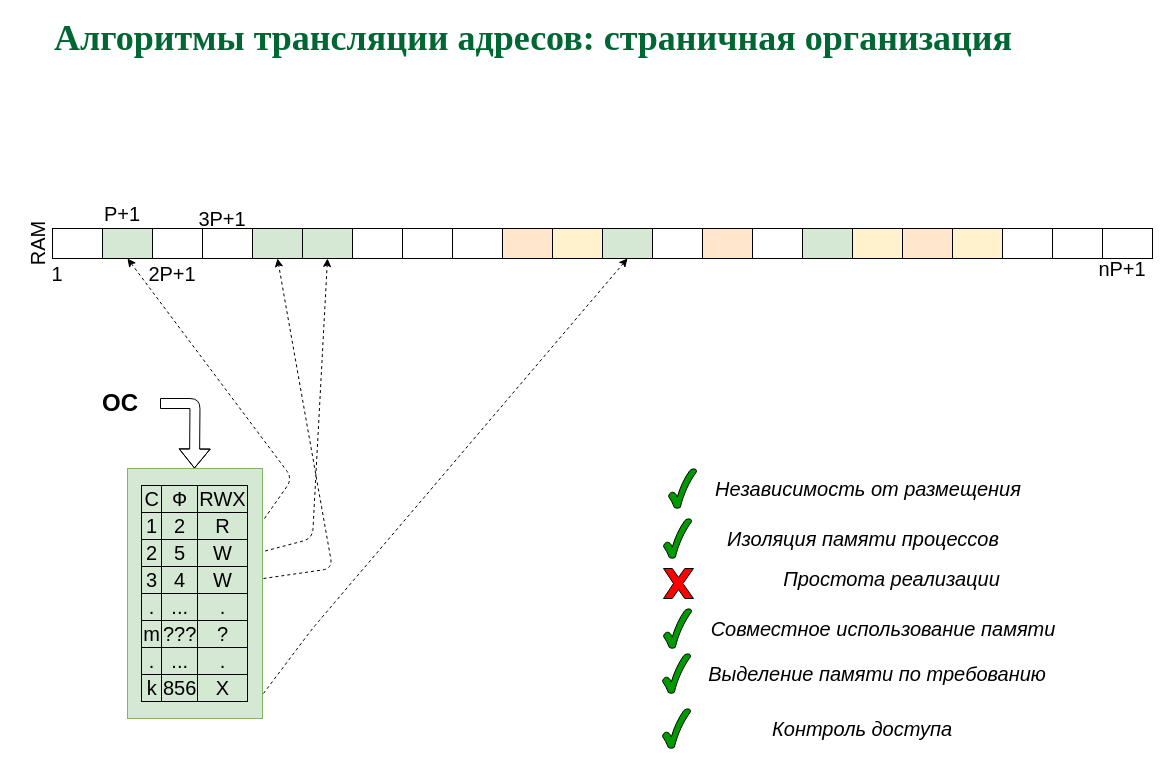
77maxikov/os_course keeps this draw.io diagram as page "P34" (34 of 35) of slides/memmgt.drawio. Above is the earlier version. Source tidied: cells renumbered, new cells numbered last; positions are measured from the earlier drawing's top-left corner, leaving out a move shared by most shapes. Both pictures are drawn from the tidied source at 100%, with x=0, y=0 at pixel (12, 28).
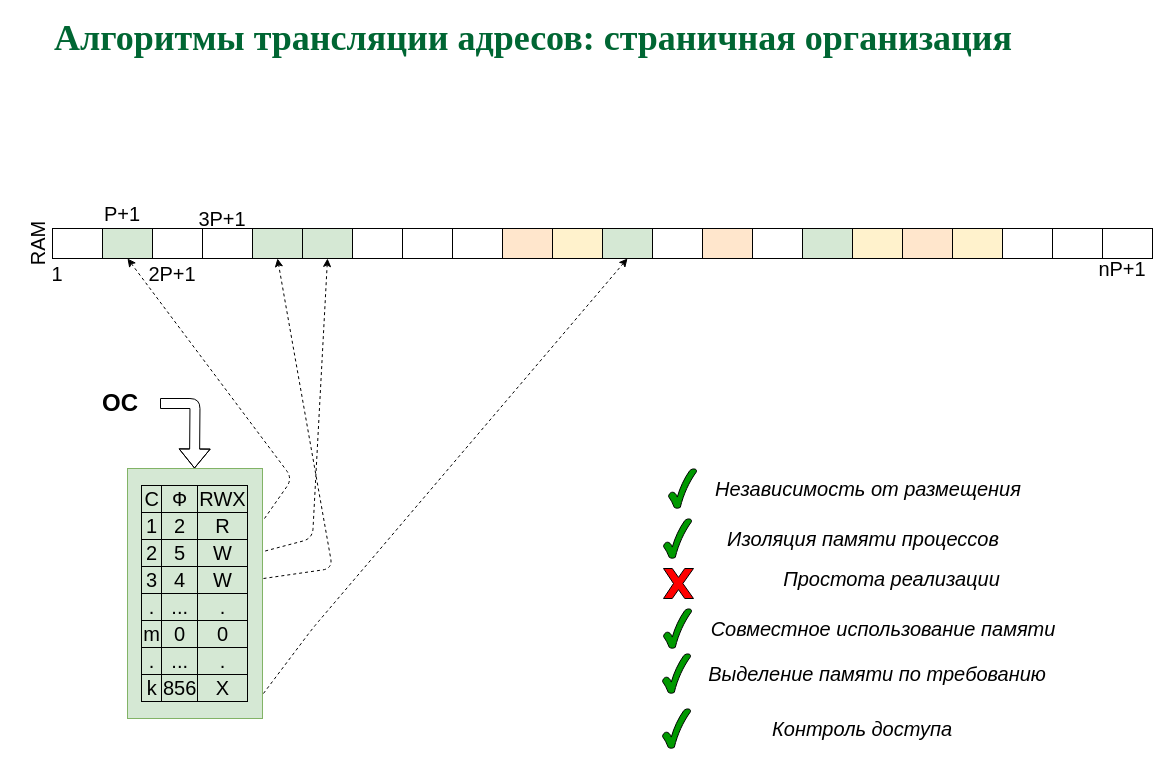
After the change.

Diff of the diagram source:
```diff
@@
-    <mxCell id="30" value="&lt;table border=&quot;1&quot; style=&quot;border: 1px solid rgb(0 , 0 , 0) ; border-collapse: collapse ; font-size: 20px&quot;&gt;&lt;tbody&gt;&lt;tr&gt;&lt;td&gt;&lt;font style=&quot;font-size: 20px&quot;&gt;С&lt;/font&gt;&lt;/td&gt;&lt;td&gt;Ф&lt;/td&gt;&lt;td&gt;RWX&lt;/td&gt;&lt;/tr&gt;&lt;tr&gt;&lt;td style=&quot;border-collapse: collapse&quot;&gt;&lt;font style=&quot;font-size: 20px&quot;&gt;1&lt;/font&gt;&lt;/td&gt;&lt;td&gt;&lt;font style=&quot;font-size: 20px&quot;&gt;2&lt;/font&gt;&lt;/td&gt;&lt;td&gt;R&lt;/td&gt;&lt;/tr&gt;&lt;tr&gt;&lt;td&gt;&lt;font style=&quot;font-size: 20px&quot;&gt;2&lt;/font&gt;&lt;/td&gt;&lt;td&gt;5&lt;/td&gt;&lt;td&gt;W&lt;/td&gt;&lt;/tr&gt;&lt;tr&gt;&lt;td&gt;3&lt;/td&gt;&lt;td&gt;4&lt;/td&gt;&lt;td&gt;W&lt;/td&gt;&lt;/tr&gt;&lt;tr&gt;&lt;td&gt;.&lt;/td&gt;&lt;td&gt;...&lt;/td&gt;&lt;td&gt;.&lt;/td&gt;&lt;/tr&gt;&lt;tr&gt;&lt;td&gt;m&lt;/td&gt;&lt;td&gt;???&lt;/td&gt;&lt;td&gt;?&lt;/td&gt;&lt;/tr&gt;&lt;tr&gt;&lt;td&gt;.&lt;/td&gt;&lt;td&gt;...&lt;/td&gt;&lt;td&gt;.&lt;/td&gt;&lt;/tr&gt;&lt;tr&gt;&lt;td&gt;k&lt;/td&gt;&lt;td&gt;&lt;font style=&quot;font-size: 20px&quot;&gt;856&lt;/font&gt;&lt;/td&gt;&lt;td&gt;X&lt;br&gt;&lt;/td&gt;&lt;/tr&gt;&lt;/tbody&gt;&lt;/table&gt;" style="text;html=1;strokeColor=#82b366;fillColor=#D5E8D4;align=center;verticalAlign=middle;whiteSpace=wrap;rounded=0;" parent="1" vertex="1">
+    <mxCell id="30" value="&lt;table border=&quot;1&quot; style=&quot;border: 1px solid rgb(0 , 0 , 0) ; border-collapse: collapse ; font-size: 20px&quot;&gt;&lt;tbody&gt;&lt;tr&gt;&lt;td&gt;&lt;font style=&quot;font-size: 20px&quot;&gt;С&lt;/font&gt;&lt;/td&gt;&lt;td&gt;Ф&lt;/td&gt;&lt;td&gt;RWX&lt;/td&gt;&lt;/tr&gt;&lt;tr&gt;&lt;td style=&quot;border-collapse: collapse&quot;&gt;&lt;font style=&quot;font-size: 20px&quot;&gt;1&lt;/font&gt;&lt;/td&gt;&lt;td&gt;&lt;font style=&quot;font-size: 20px&quot;&gt;2&lt;/font&gt;&lt;/td&gt;&lt;td&gt;R&lt;/td&gt;&lt;/tr&gt;&lt;tr&gt;&lt;td&gt;&lt;font style=&quot;font-size: 20px&quot;&gt;2&lt;/font&gt;&lt;/td&gt;&lt;td&gt;5&lt;/td&gt;&lt;td&gt;W&lt;/td&gt;&lt;/tr&gt;&lt;tr&gt;&lt;td&gt;3&lt;/td&gt;&lt;td&gt;4&lt;/td&gt;&lt;td&gt;W&lt;/td&gt;&lt;/tr&gt;&lt;tr&gt;&lt;td&gt;.&lt;/td&gt;&lt;td&gt;...&lt;/td&gt;&lt;td&gt;.&lt;/td&gt;&lt;/tr&gt;&lt;tr&gt;&lt;td&gt;m&lt;/td&gt;&lt;td&gt;0&lt;/td&gt;&lt;td&gt;0&lt;/td&gt;&lt;/tr&gt;&lt;tr&gt;&lt;td&gt;.&lt;/td&gt;&lt;td&gt;...&lt;/td&gt;&lt;td&gt;.&lt;/td&gt;&lt;/tr&gt;&lt;tr&gt;&lt;td&gt;k&lt;/td&gt;&lt;td&gt;&lt;font style=&quot;font-size: 20px&quot;&gt;856&lt;/font&gt;&lt;/td&gt;&lt;td&gt;X&lt;br&gt;&lt;/td&gt;&lt;/tr&gt;&lt;/tbody&gt;&lt;/table&gt;" style="text;html=1;strokeColor=#82b366;fillColor=#D5E8D4;align=center;verticalAlign=middle;whiteSpace=wrap;rounded=0;" parent="1" vertex="1">
       <mxGeometry x="115" y="440" width="135" height="250" as="geometry" />
     </mxCell>
```
